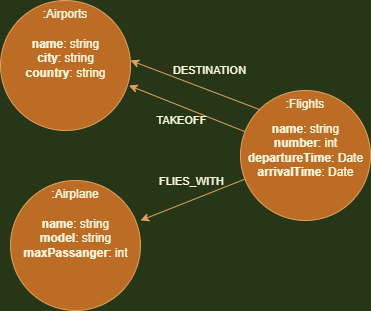
This is Diagramm/Neo4j-Diagramm.png from JonathanXDR/M165, a draw.io export, as it was before one commit. Source tidied: cells renumbered, new cells last; positions are measured from the earlier drawing's top-left corner, leaving out a move shared by most shapes. Its diagram source:
```xml
<mxGraphModel background="#283618">
  <root>
    <mxCell id="0" />
    <mxCell id="1" parent="0" />
    <mxCell id="2" style="group;fontColor=#FEFAE0;" parent="1" vertex="1">
      <mxGeometry width="130" height="130" as="geometry" />
    </mxCell>
    <mxCell id="3" value=":Airports" style="ellipse;whiteSpace=wrap;html=1;align=center;verticalAlign=top;fillColor=#BC6C25;strokeColor=#DDA15E;fontColor=#FEFAE0;" parent="2" vertex="1">
      <mxGeometry width="130" height="130" as="geometry" />
    </mxCell>
    <mxCell id="4" value="&lt;b&gt;name&lt;/b&gt;: string&lt;br&gt;&lt;b&gt;city&lt;/b&gt;: string&lt;br&gt;&lt;b&gt;country&lt;/b&gt;: string" style="text;html=1;strokeColor=none;fillColor=none;align=center;verticalAlign=top;whiteSpace=wrap;rounded=0;fontColor=#FEFAE0;" parent="2" vertex="1">
      <mxGeometry x="7.5" y="30" width="115" height="80" as="geometry" />
    </mxCell>
    <mxCell id="5" style="group;fontColor=#FEFAE0;" parent="1" vertex="1">
      <mxGeometry x="190" y="80" width="172.5" height="130" as="geometry" />
    </mxCell>
    <mxCell id="6" value=":Flights" style="ellipse;whiteSpace=wrap;html=1;align=center;verticalAlign=top;fillColor=#BC6C25;strokeColor=#DDA15E;fontColor=#FEFAE0;" parent="5" vertex="1">
      <mxGeometry x="50" y="10" width="130" height="130" as="geometry" />
    </mxCell>
    <mxCell id="7" value="&lt;b&gt;name&lt;/b&gt;: string&lt;br&gt;&lt;b&gt;number&lt;/b&gt;: int&lt;br&gt;&lt;b&gt;departureTime&lt;/b&gt;: Date&lt;br&gt;&lt;b&gt;arrivalTime&lt;/b&gt;: Date" style="text;html=1;strokeColor=none;fillColor=none;align=center;verticalAlign=top;whiteSpace=wrap;rounded=0;fontColor=#FEFAE0;" parent="5" vertex="1">
      <mxGeometry x="53.8" y="35" width="122.5" height="80" as="geometry" />
    </mxCell>
    <mxCell id="8" style="group;fontColor=#FEFAE0;" parent="1" vertex="1">
      <mxGeometry x="10" y="180" width="130" height="130" as="geometry" />
    </mxCell>
    <mxCell id="9" value=":Airplane" style="ellipse;whiteSpace=wrap;html=1;align=center;verticalAlign=top;fillColor=#BC6C25;strokeColor=#DDA15E;fontColor=#FEFAE0;" parent="8" vertex="1">
      <mxGeometry width="130" height="130" as="geometry" />
    </mxCell>
    <mxCell id="10" value="&lt;b&gt;name&lt;/b&gt;: string&lt;br&gt;&lt;b&gt;model&lt;/b&gt;: string&lt;br&gt;&lt;b&gt;maxPassanger&lt;/b&gt;: int" style="text;html=1;strokeColor=none;fillColor=none;align=center;verticalAlign=top;whiteSpace=wrap;rounded=0;fontColor=#FEFAE0;" parent="8" vertex="1">
      <mxGeometry x="7.5" y="30" width="115" height="80" as="geometry" />
    </mxCell>
    <mxCell id="11" style="rounded=0;jettySize=auto;html=1;labelBackgroundColor=#283618;strokeColor=#DDA15E;fontColor=#FEFAE0;" parent="1" edge="1" source="6">
      <mxGeometry relative="1" as="geometry">
        <mxPoint x="140" y="220" as="targetPoint" />
      </mxGeometry>
    </mxCell>
    <mxCell id="12" value="FLIES_WITH" style="edgeLabel;html=1;align=center;verticalAlign=middle;labelBackgroundColor=none;fontColor=#FEFAE0;" parent="11" vertex="1">
      <mxGeometry x="-0.19" y="2" relative="1" as="geometry">
        <mxPoint x="-13" y="-17" as="offset" />
      </mxGeometry>
    </mxCell>
    <mxCell id="13" style="edgeStyle=none;rounded=0;jettySize=auto;html=1;entryX=0.988;entryY=0.654;entryDx=0;entryDy=0;entryPerimeter=0;labelBackgroundColor=#283618;strokeColor=#DDA15E;fontColor=#FEFAE0;" parent="1" edge="1" source="6" target="3">
      <mxGeometry relative="1" as="geometry" />
    </mxCell>
    <mxCell id="14" value="TAKEOFF" style="edgeLabel;html=1;align=center;verticalAlign=middle;labelBackgroundColor=none;fontColor=#FEFAE0;" parent="13" vertex="1">
      <mxGeometry x="0.2" relative="1" as="geometry">
        <mxPoint x="5" y="16" as="offset" />
      </mxGeometry>
    </mxCell>
    <mxCell id="15" style="edgeStyle=none;rounded=0;jettySize=auto;html=1;exitX=0;exitY=0;exitDx=0;exitDy=0;labelBackgroundColor=#283618;strokeColor=#DDA15E;fontColor=#FEFAE0;" parent="1" edge="1" source="6">
      <mxGeometry relative="1" as="geometry">
        <mxPoint x="130" y="60" as="targetPoint" />
      </mxGeometry>
    </mxCell>
    <mxCell id="16" value="DESTINATION" style="edgeLabel;html=1;align=center;verticalAlign=middle;labelBackgroundColor=none;fontColor=#FEFAE0;" parent="15" vertex="1">
      <mxGeometry x="0.2" relative="1" as="geometry">
        <mxPoint x="27" y="-10" as="offset" />
      </mxGeometry>
    </mxCell>
  </root>
</mxGraphModel>
```
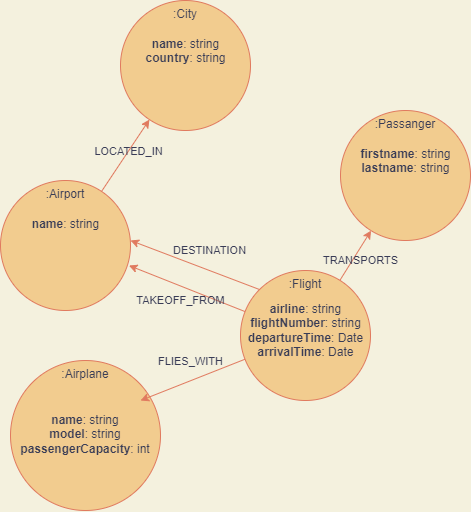
After the commit.

The edit, as a diff of the source:
```diff
@@ -1,61 +1,95 @@
-<mxGraphModel background="#283618">
+<mxGraphModel background="#F4F1DE">
   <root>
     <mxCell id="0" />
     <mxCell id="1" parent="0" />
-    <mxCell id="2" style="group;fontColor=#FEFAE0;" parent="1" vertex="1">
+    <mxCell id="2" style="group;fontColor=#393C56;" parent="1" vertex="1">
       <mxGeometry width="130" height="130" as="geometry" />
     </mxCell>
-    <mxCell id="3" value=":Airports" style="ellipse;whiteSpace=wrap;html=1;align=center;verticalAlign=top;fillColor=#BC6C25;strokeColor=#DDA15E;fontColor=#FEFAE0;" parent="2" vertex="1">
+    <mxCell id="3" value=":Airport" style="ellipse;whiteSpace=wrap;html=1;align=center;verticalAlign=top;fillColor=#F2CC8F;strokeColor=#E07A5F;fontColor=#393C56;" parent="2" vertex="1">
       <mxGeometry width="130" height="130" as="geometry" />
     </mxCell>
-    <mxCell id="4" value="&lt;b&gt;name&lt;/b&gt;: string&lt;br&gt;&lt;b&gt;city&lt;/b&gt;: string&lt;br&gt;&lt;b&gt;country&lt;/b&gt;: string" style="text;html=1;strokeColor=none;fillColor=none;align=center;verticalAlign=top;whiteSpace=wrap;rounded=0;fontColor=#FEFAE0;" parent="2" vertex="1">
+    <mxCell id="4" value="&lt;b&gt;name&lt;/b&gt;: string&lt;br&gt;" style="text;html=1;strokeColor=none;fillColor=none;align=center;verticalAlign=top;whiteSpace=wrap;rounded=0;fontColor=#393C56;" parent="2" vertex="1">
       <mxGeometry x="7.5" y="30" width="115" height="80" as="geometry" />
     </mxCell>
-    <mxCell id="5" style="group;fontColor=#FEFAE0;" parent="1" vertex="1">
+    <mxCell id="5" style="group;fontColor=#393C56;" parent="1" vertex="1">
       <mxGeometry x="190" y="80" width="172.5" height="130" as="geometry" />
     </mxCell>
-    <mxCell id="6" value=":Flights" style="ellipse;whiteSpace=wrap;html=1;align=center;verticalAlign=top;fillColor=#BC6C25;strokeColor=#DDA15E;fontColor=#FEFAE0;" parent="5" vertex="1">
+    <mxCell id="6" value=":Flight" style="ellipse;whiteSpace=wrap;html=1;align=center;verticalAlign=top;fillColor=#F2CC8F;strokeColor=#E07A5F;fontColor=#393C56;" parent="5" vertex="1">
       <mxGeometry x="50" y="10" width="130" height="130" as="geometry" />
     </mxCell>
-    <mxCell id="7" value="&lt;b&gt;name&lt;/b&gt;: string&lt;br&gt;&lt;b&gt;number&lt;/b&gt;: int&lt;br&gt;&lt;b&gt;departureTime&lt;/b&gt;: Date&lt;br&gt;&lt;b&gt;arrivalTime&lt;/b&gt;: Date" style="text;html=1;strokeColor=none;fillColor=none;align=center;verticalAlign=top;whiteSpace=wrap;rounded=0;fontColor=#FEFAE0;" parent="5" vertex="1">
+    <mxCell id="7" value="&lt;b&gt;airline&lt;/b&gt;: string&lt;br&gt;&lt;b&gt;flightNumber&lt;/b&gt;: string&lt;br&gt;&lt;b&gt;departureTime&lt;/b&gt;: Date&lt;br&gt;&lt;b&gt;arrivalTime&lt;/b&gt;: Date" style="text;html=1;strokeColor=none;fillColor=none;align=center;verticalAlign=top;whiteSpace=wrap;rounded=0;fontColor=#393C56;" parent="5" vertex="1">
       <mxGeometry x="53.8" y="35" width="122.5" height="80" as="geometry" />
     </mxCell>
-    <mxCell id="8" style="group;fontColor=#FEFAE0;" parent="1" vertex="1">
-      <mxGeometry x="10" y="180" width="130" height="130" as="geometry" />
+    <mxCell id="8" style="group;fontColor=#393C56;" parent="1" vertex="1">
+      <mxGeometry x="10" y="180" width="160" height="150" as="geometry" />
     </mxCell>
-    <mxCell id="9" value=":Airplane" style="ellipse;whiteSpace=wrap;html=1;align=center;verticalAlign=top;fillColor=#BC6C25;strokeColor=#DDA15E;fontColor=#FEFAE0;" parent="8" vertex="1">
-      <mxGeometry width="130" height="130" as="geometry" />
+    <mxCell id="9" value=":Airplane" style="ellipse;whiteSpace=wrap;html=1;align=center;verticalAlign=top;fillColor=#F2CC8F;strokeColor=#E07A5F;fontColor=#393C56;" parent="8" vertex="1">
+      <mxGeometry width="150" height="150" as="geometry" />
     </mxCell>
-    <mxCell id="10" value="&lt;b&gt;name&lt;/b&gt;: string&lt;br&gt;&lt;b&gt;model&lt;/b&gt;: string&lt;br&gt;&lt;b&gt;maxPassanger&lt;/b&gt;: int" style="text;html=1;strokeColor=none;fillColor=none;align=center;verticalAlign=top;whiteSpace=wrap;rounded=0;fontColor=#FEFAE0;" parent="8" vertex="1">
-      <mxGeometry x="7.5" y="30" width="115" height="80" as="geometry" />
+    <mxCell id="10" value="&lt;b&gt;name&lt;/b&gt;: string&lt;br&gt;&lt;b&gt;model&lt;/b&gt;: string&lt;br&gt;&lt;b&gt;passengerCapacity&lt;/b&gt;: int" style="text;html=1;strokeColor=none;fillColor=none;align=center;verticalAlign=top;whiteSpace=wrap;rounded=0;fontColor=#393C56;" parent="8" vertex="1">
+      <mxGeometry x="5" y="46.1" width="140" height="57.9" as="geometry" />
     </mxCell>
-    <mxCell id="11" style="rounded=0;jettySize=auto;html=1;labelBackgroundColor=#283618;strokeColor=#DDA15E;fontColor=#FEFAE0;" parent="1" edge="1" source="6">
+    <mxCell id="11" style="rounded=0;jettySize=auto;html=1;labelBackgroundColor=#F4F1DE;strokeColor=#E07A5F;fontColor=#393C56;" parent="1" edge="1" source="6">
       <mxGeometry relative="1" as="geometry">
         <mxPoint x="140" y="220" as="targetPoint" />
       </mxGeometry>
     </mxCell>
-    <mxCell id="12" value="FLIES_WITH" style="edgeLabel;html=1;align=center;verticalAlign=middle;labelBackgroundColor=none;fontColor=#FEFAE0;" parent="11" vertex="1">
+    <mxCell id="12" value="FLIES_WITH" style="edgeLabel;html=1;align=center;verticalAlign=middle;labelBackgroundColor=none;fontColor=#393C56;" parent="11" vertex="1">
       <mxGeometry x="-0.19" y="2" relative="1" as="geometry">
         <mxPoint x="-13" y="-17" as="offset" />
       </mxGeometry>
     </mxCell>
-    <mxCell id="13" style="edgeStyle=none;rounded=0;jettySize=auto;html=1;entryX=0.988;entryY=0.654;entryDx=0;entryDy=0;entryPerimeter=0;labelBackgroundColor=#283618;strokeColor=#DDA15E;fontColor=#FEFAE0;" parent="1" edge="1" source="6" target="3">
+    <mxCell id="13" style="edgeStyle=none;rounded=0;jettySize=auto;html=1;entryX=0.988;entryY=0.654;entryDx=0;entryDy=0;entryPerimeter=0;labelBackgroundColor=#F4F1DE;strokeColor=#E07A5F;fontColor=#393C56;" parent="1" edge="1" source="6" target="3">
       <mxGeometry relative="1" as="geometry" />
     </mxCell>
-    <mxCell id="14" value="TAKEOFF" style="edgeLabel;html=1;align=center;verticalAlign=middle;labelBackgroundColor=none;fontColor=#FEFAE0;" parent="13" vertex="1">
+    <mxCell id="14" value="TAKEOFF_FROM" style="edgeLabel;html=1;align=center;verticalAlign=middle;labelBackgroundColor=none;fontColor=#393C56;" parent="13" vertex="1">
       <mxGeometry x="0.2" relative="1" as="geometry">
         <mxPoint x="5" y="16" as="offset" />
       </mxGeometry>
     </mxCell>
-    <mxCell id="15" style="edgeStyle=none;rounded=0;jettySize=auto;html=1;exitX=0;exitY=0;exitDx=0;exitDy=0;labelBackgroundColor=#283618;strokeColor=#DDA15E;fontColor=#FEFAE0;" parent="1" edge="1" source="6">
+    <mxCell id="15" style="edgeStyle=none;rounded=0;jettySize=auto;html=1;exitX=0;exitY=0;exitDx=0;exitDy=0;labelBackgroundColor=#F4F1DE;strokeColor=#E07A5F;fontColor=#393C56;" parent="1" edge="1" source="6">
       <mxGeometry relative="1" as="geometry">
         <mxPoint x="130" y="60" as="targetPoint" />
       </mxGeometry>
     </mxCell>
-    <mxCell id="16" value="DESTINATION" style="edgeLabel;html=1;align=center;verticalAlign=middle;labelBackgroundColor=none;fontColor=#FEFAE0;" parent="15" vertex="1">
+    <mxCell id="16" value="DESTINATION" style="edgeLabel;html=1;align=center;verticalAlign=middle;labelBackgroundColor=none;fontColor=#393C56;" parent="15" vertex="1">
       <mxGeometry x="0.2" relative="1" as="geometry">
         <mxPoint x="27" y="-10" as="offset" />
       </mxGeometry>
     </mxCell>
+    <mxCell id="17" style="group;fontColor=#393C56;" parent="1" vertex="1">
+      <mxGeometry x="340" y="-70" width="130" height="130" as="geometry" />
+    </mxCell>
+    <mxCell id="18" value=":Passanger" style="ellipse;whiteSpace=wrap;html=1;align=center;verticalAlign=top;fillColor=#F2CC8F;strokeColor=#E07A5F;fontColor=#393C56;" parent="17" vertex="1">
+      <mxGeometry width="130" height="130" as="geometry" />
+    </mxCell>
+    <mxCell id="19" value="&lt;b&gt;firstname&lt;/b&gt;: string&lt;br&gt;&lt;b&gt;lastname&lt;/b&gt;: string" style="text;html=1;strokeColor=none;fillColor=none;align=center;verticalAlign=top;whiteSpace=wrap;rounded=0;fontColor=#393C56;" parent="17" vertex="1">
+      <mxGeometry x="7.5" y="30" width="115" height="80" as="geometry" />
+    </mxCell>
+    <mxCell id="20" style="group;fontColor=#393C56;" parent="1" vertex="1">
+      <mxGeometry x="120" y="-180" width="130" height="130" as="geometry" />
+    </mxCell>
+    <mxCell id="21" value=":City" style="ellipse;whiteSpace=wrap;html=1;align=center;verticalAlign=top;fillColor=#F2CC8F;strokeColor=#E07A5F;fontColor=#393C56;" parent="20" vertex="1">
+      <mxGeometry width="130" height="130" as="geometry" />
+    </mxCell>
+    <mxCell id="22" value="&lt;b&gt;name&lt;/b&gt;: string&lt;br&gt;&lt;b&gt;country&lt;/b&gt;: string" style="text;html=1;strokeColor=none;fillColor=none;align=center;verticalAlign=top;whiteSpace=wrap;rounded=0;fontColor=#393C56;" parent="20" vertex="1">
+      <mxGeometry x="7.5" y="30" width="115" height="80" as="geometry" />
+    </mxCell>
+    <mxCell id="23" style="edgeStyle=none;rounded=0;jettySize=auto;html=1;labelBackgroundColor=#F4F1DE;strokeColor=#E07A5F;fontColor=#393C56;" parent="1" edge="1" source="3" target="21">
+      <mxGeometry relative="1" as="geometry" />
+    </mxCell>
+    <mxCell id="24" value="LOCATED_IN" style="edgeLabel;html=1;align=center;verticalAlign=middle;fontColor=#393C56;labelBackgroundColor=none;" parent="23" vertex="1">
+      <mxGeometry x="0.31" y="-1" relative="1" as="geometry">
+        <mxPoint x="-6" y="6" as="offset" />
+      </mxGeometry>
+    </mxCell>
+    <mxCell id="25" style="edgeStyle=none;rounded=0;jettySize=auto;html=1;labelBackgroundColor=#F4F1DE;strokeColor=#E07A5F;fontColor=#393C56;" parent="1" edge="1" source="6" target="18">
+      <mxGeometry relative="1" as="geometry" />
+    </mxCell>
+    <mxCell id="26" value="TRANSPORTS" style="edgeLabel;html=1;align=center;verticalAlign=middle;labelBackgroundColor=none;fontColor=#393C56;" parent="25" vertex="1">
+      <mxGeometry x="0.3" relative="1" as="geometry">
+        <mxPoint y="12" as="offset" />
+      </mxGeometry>
+    </mxCell>
   </root>
 </mxGraphModel>
```
